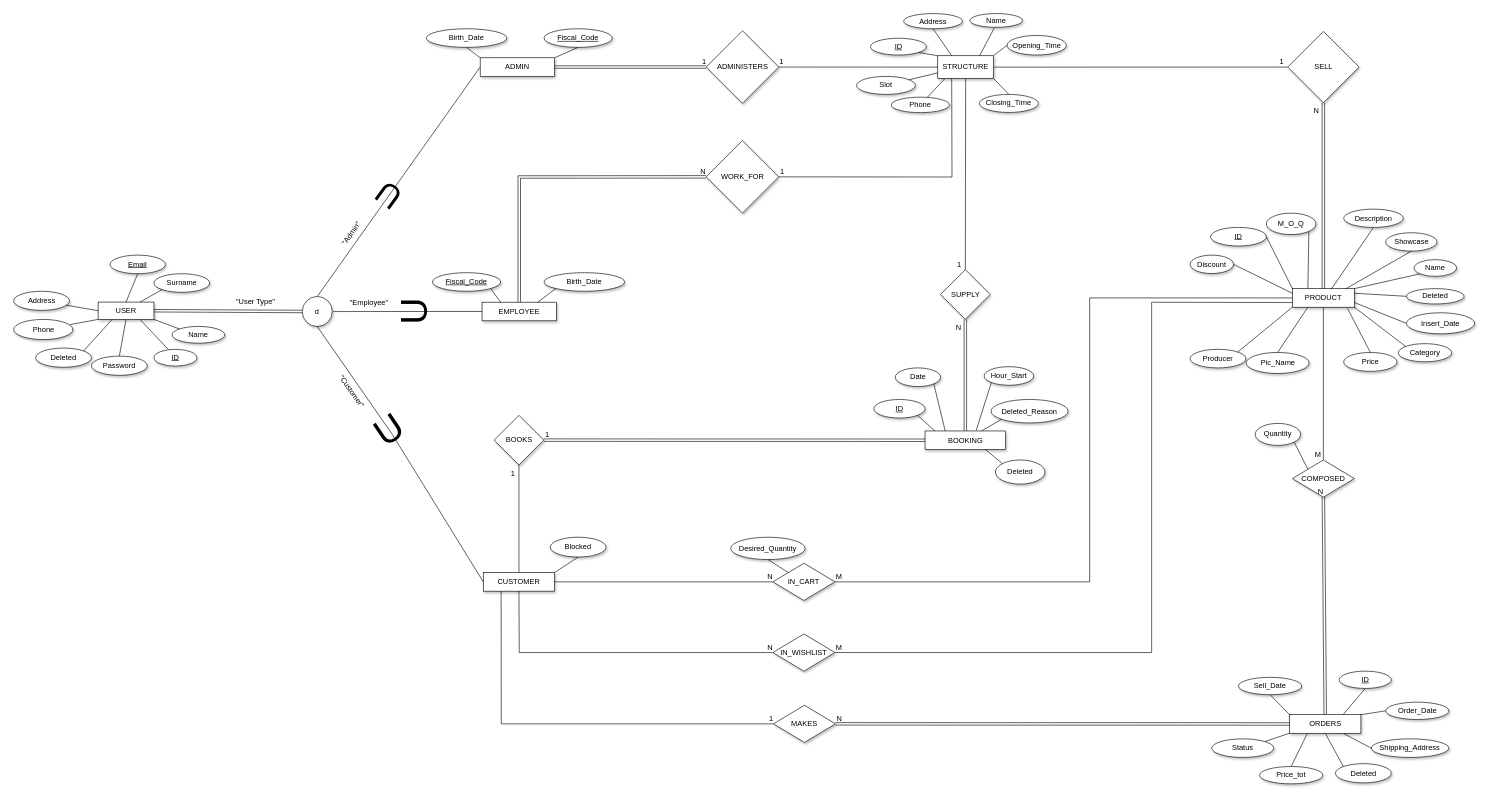
Earlier version of the draw.io diagram db/FINAL_EER.drawio (lilpilgit/Barber). Source tidied: cells renumbered, new cells numbered last; positions are measured from the earlier drawing's top-left corner, leaving out a move shared by most shapes. Both pictures are drawn from the tidied source at 62%, with x=0, y=0 at pixel (13, 13).
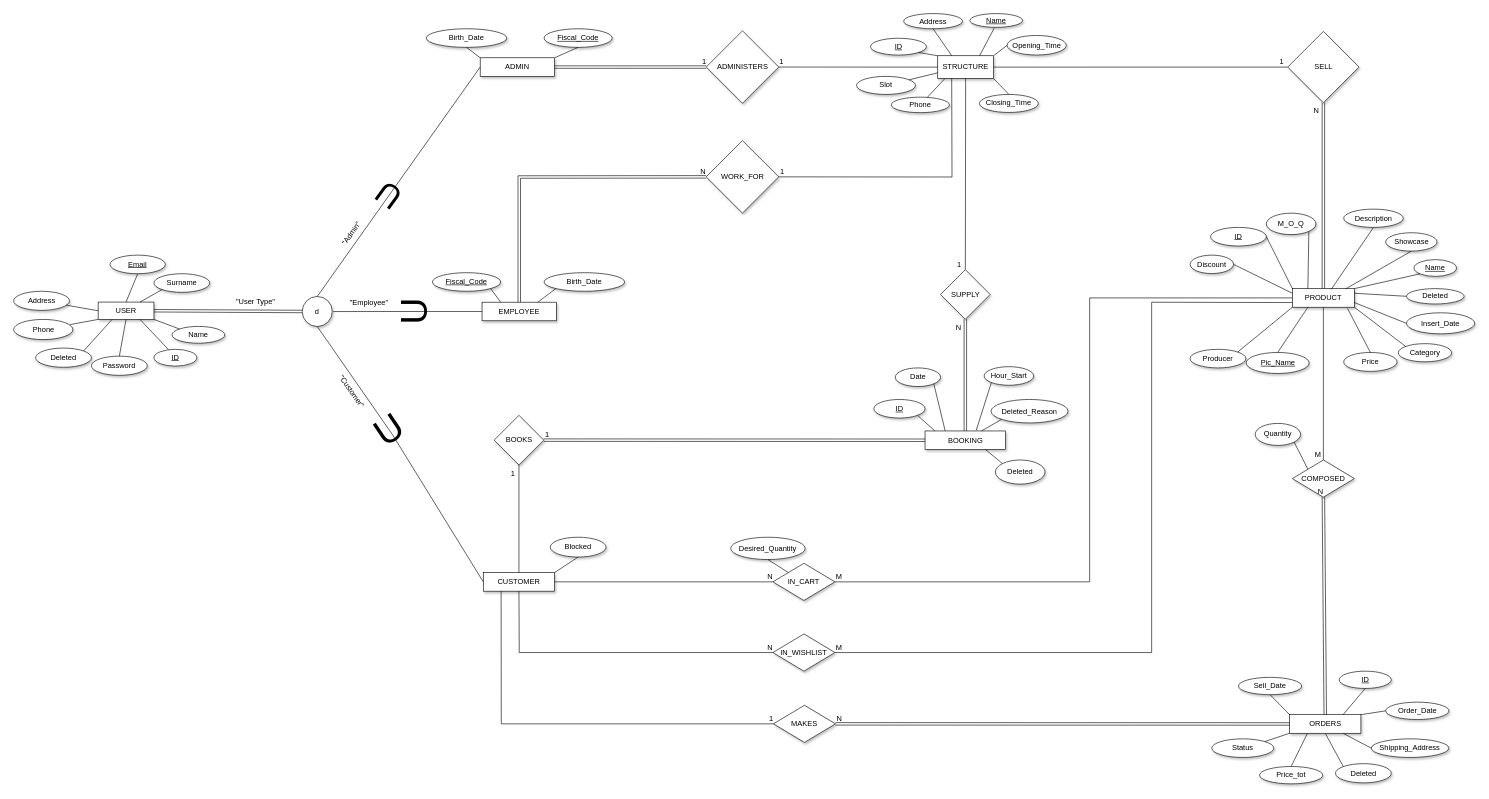
Above is the later version.

Diff of the diagram source:
```diff
@@
-    <mxCell id="43" value="Name" style="ellipse;whiteSpace=wrap;html=1;shadow=1;" parent="1" vertex="1">
+    <mxCell id="43" value="&lt;u&gt;Name&lt;/u&gt;" style="ellipse;whiteSpace=wrap;html=1;shadow=1;" parent="1" vertex="1">
       <mxGeometry x="1542.8" y="0.4" width="85" height="22.2" as="geometry" />
     </mxCell>
@@
-    <mxCell id="46" value="Name" style="ellipse;whiteSpace=wrap;html=1;shadow=1;" parent="1" vertex="1">
+    <mxCell id="46" value="&lt;u&gt;Name&lt;/u&gt;" style="ellipse;whiteSpace=wrap;html=1;shadow=1;" parent="1" vertex="1">
       <mxGeometry x="2259.2" y="397.2" width="68.5" height="27.1" as="geometry" />
     </mxCell>
@@
-    <mxCell id="95" value="Pic_Name" style="ellipse;whiteSpace=wrap;html=1;shadow=1;" parent="1" vertex="1">
+    <mxCell id="95" value="&lt;u&gt;Pic_Name&lt;/u&gt;" style="ellipse;whiteSpace=wrap;html=1;shadow=1;" parent="1" vertex="1">
       <mxGeometry x="1988.5" y="547" width="101.5" height="33.9" as="geometry" />
     </mxCell>
```
